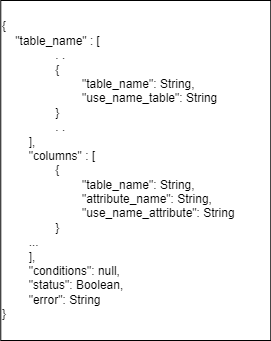
Rift343/COSMOS keeps this draw.io diagram as documentation/SyntaxicParserFile.drawio.png. Above is the earlier version. Source tidied: cells renumbered, new cells last; positions are measured from the earlier drawing's top-left corner, leaving out a move shared by most shapes.
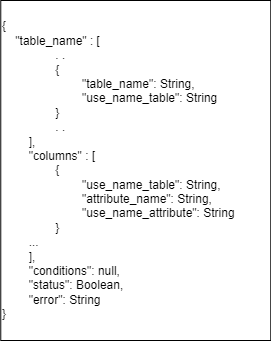
After the change.

Diff of the diagram source:
```diff
@@ -2,7 +2,7 @@
   <root>
     <mxCell id="0" />
     <mxCell id="1" parent="0" />
-    <mxCell id="2" value="&lt;div&gt;{&lt;/div&gt;&lt;div&gt;&lt;span style=&quot;white-space: pre;&quot;&gt;&amp;nbsp;&amp;nbsp;&amp;nbsp;&amp;nbsp;&lt;/span&gt;&quot;table_name&quot; : [&lt;/div&gt;&lt;div&gt;&lt;span style=&quot;white-space: pre;&quot;&gt;&#9;&lt;/span&gt;&lt;span style=&quot;white-space: pre;&quot;&gt;&#9;&lt;/span&gt;.&lt;span style=&quot;background-color: initial;&quot;&gt;&amp;nbsp;.&lt;/span&gt;&lt;/div&gt;&lt;div&gt;&lt;span style=&quot;background-color: initial;&quot;&gt;&lt;span style=&quot;white-space: pre;&quot;&gt;&#9;&lt;/span&gt;&lt;span style=&quot;white-space: pre;&quot;&gt;&#9;&lt;/span&gt;{&lt;/span&gt;&lt;/div&gt;&lt;div&gt;&lt;span style=&quot;background-color: initial;&quot;&gt;&lt;span style=&quot;white-space: pre;&quot;&gt;&#9;&lt;/span&gt;&lt;span style=&quot;white-space: pre;&quot;&gt;&#9;&lt;/span&gt;&lt;span style=&quot;white-space: pre;&quot;&gt;&#9;&lt;/span&gt;&quot;table_name&quot;: String,&lt;br&gt;&lt;/span&gt;&lt;/div&gt;&lt;div&gt;&lt;span style=&quot;background-color: initial;&quot;&gt;&lt;span style=&quot;white-space: pre;&quot;&gt;&#9;&lt;/span&gt;&lt;span style=&quot;white-space: pre;&quot;&gt;&#9;&lt;/span&gt;&lt;span style=&quot;white-space: pre;&quot;&gt;&#9;&lt;/span&gt;&quot;use_name_table&quot;: String&lt;br&gt;&lt;/span&gt;&lt;/div&gt;&lt;div&gt;&lt;span style=&quot;background-color: initial;&quot;&gt;&lt;span style=&quot;white-space: pre;&quot;&gt;&#9;&lt;/span&gt;&lt;span style=&quot;white-space: pre;&quot;&gt;&#9;&lt;/span&gt;}&lt;/span&gt;&lt;/div&gt;&lt;div&gt;&lt;span style=&quot;background-color: initial;&quot;&gt;&lt;span style=&quot;white-space: pre;&quot;&gt;&#9;&lt;/span&gt;&lt;span style=&quot;white-space: pre;&quot;&gt;&#9;&lt;/span&gt;. .&lt;/span&gt;&lt;/div&gt;&lt;div&gt;&lt;span style=&quot;background-color: initial;&quot;&gt;&lt;span style=&quot;white-space: pre;&quot;&gt;&#9;&lt;/span&gt;],&lt;/span&gt;&lt;/div&gt;&lt;div&gt;&lt;span style=&quot;white-space: pre;&quot;&gt;&#9;&lt;/span&gt;&quot;columns&quot; : [&lt;/div&gt;&lt;div&gt;&lt;span style=&quot;white-space: pre;&quot;&gt;&#9;&lt;span style=&quot;white-space: pre;&quot;&gt;&#9;&lt;/span&gt;&lt;/span&gt;{&lt;/div&gt;&lt;div&gt;&lt;span style=&quot;white-space: pre;&quot;&gt;&#9;&lt;span style=&quot;white-space: pre;&quot;&gt;&#9;&lt;/span&gt;&lt;/span&gt;&lt;span style=&quot;white-space: pre;&quot;&gt;&#9;&lt;/span&gt;&quot;table_name&quot;: String,&lt;/div&gt;&lt;div&gt;&lt;span style=&quot;white-space: pre;&quot;&gt;&#9;&lt;span style=&quot;white-space: pre;&quot;&gt;&#9;&lt;/span&gt;&lt;/span&gt;&lt;span style=&quot;white-space: pre;&quot;&gt;&#9;&lt;/span&gt;&quot;attribute_name&quot;: String,&lt;/div&gt;&lt;div&gt;&lt;span style=&quot;white-space: pre;&quot;&gt;&#9;&lt;span style=&quot;white-space: pre;&quot;&gt;&#9;&lt;/span&gt;&lt;/span&gt;&lt;span style=&quot;white-space: pre;&quot;&gt;&#9;&lt;/span&gt;&quot;use_name_attribute&quot;: String&lt;/div&gt;&lt;div&gt;&lt;span style=&quot;white-space: pre;&quot;&gt;&#9;&lt;span style=&quot;white-space: pre;&quot;&gt;&#9;&lt;/span&gt;&lt;/span&gt;}&lt;/div&gt;&lt;div&gt;&lt;span style=&quot;white-space: pre;&quot;&gt;&#9;&lt;/span&gt;...&lt;/div&gt;&lt;div&gt;&lt;span style=&quot;white-space: pre;&quot;&gt;&#9;&lt;/span&gt;],&lt;/div&gt;&lt;div&gt;&lt;span style=&quot;white-space: pre;&quot;&gt;&#9;&lt;/span&gt;&quot;conditions&quot;: null,&lt;/div&gt;&lt;div&gt;&lt;span style=&quot;white-space: pre;&quot;&gt;&#9;&lt;/span&gt;&quot;status&quot;: Boolean,&lt;/div&gt;&lt;div&gt;&lt;span style=&quot;white-space: pre;&quot;&gt;&#9;&lt;/span&gt;&quot;error&quot;: String&lt;/div&gt;&lt;div&gt;}&lt;/div&gt;" style="whiteSpace=wrap;html=1;align=left;" parent="1" vertex="1">
+    <mxCell id="2" value="&lt;div&gt;{&lt;/div&gt;&lt;div&gt;&lt;span style=&quot;white-space: pre;&quot;&gt;&amp;nbsp;&amp;nbsp;&amp;nbsp;&amp;nbsp;&lt;/span&gt;&quot;table_name&quot; : [&lt;/div&gt;&lt;div&gt;&lt;span style=&quot;white-space: pre;&quot;&gt;&#9;&lt;/span&gt;&lt;span style=&quot;white-space: pre;&quot;&gt;&#9;&lt;/span&gt;.&lt;span style=&quot;background-color: initial;&quot;&gt;&amp;nbsp;.&lt;/span&gt;&lt;/div&gt;&lt;div&gt;&lt;span style=&quot;background-color: initial;&quot;&gt;&lt;span style=&quot;white-space: pre;&quot;&gt;&#9;&lt;/span&gt;&lt;span style=&quot;white-space: pre;&quot;&gt;&#9;&lt;/span&gt;{&lt;/span&gt;&lt;/div&gt;&lt;div&gt;&lt;span style=&quot;background-color: initial;&quot;&gt;&lt;span style=&quot;white-space: pre;&quot;&gt;&#9;&lt;/span&gt;&lt;span style=&quot;white-space: pre;&quot;&gt;&#9;&lt;/span&gt;&lt;span style=&quot;white-space: pre;&quot;&gt;&#9;&lt;/span&gt;&quot;table_name&quot;: String,&lt;br&gt;&lt;/span&gt;&lt;/div&gt;&lt;div&gt;&lt;span style=&quot;background-color: initial;&quot;&gt;&lt;span style=&quot;white-space: pre;&quot;&gt;&#9;&lt;/span&gt;&lt;span style=&quot;white-space: pre;&quot;&gt;&#9;&lt;/span&gt;&lt;span style=&quot;white-space: pre;&quot;&gt;&#9;&lt;/span&gt;&quot;use_name_table&quot;: String&lt;br&gt;&lt;/span&gt;&lt;/div&gt;&lt;div&gt;&lt;span style=&quot;background-color: initial;&quot;&gt;&lt;span style=&quot;white-space: pre;&quot;&gt;&#9;&lt;/span&gt;&lt;span style=&quot;white-space: pre;&quot;&gt;&#9;&lt;/span&gt;}&lt;/span&gt;&lt;/div&gt;&lt;div&gt;&lt;span style=&quot;background-color: initial;&quot;&gt;&lt;span style=&quot;white-space: pre;&quot;&gt;&#9;&lt;/span&gt;&lt;span style=&quot;white-space: pre;&quot;&gt;&#9;&lt;/span&gt;. .&lt;/span&gt;&lt;/div&gt;&lt;div&gt;&lt;span style=&quot;background-color: initial;&quot;&gt;&lt;span style=&quot;white-space: pre;&quot;&gt;&#9;&lt;/span&gt;],&lt;/span&gt;&lt;/div&gt;&lt;div&gt;&lt;span style=&quot;white-space: pre;&quot;&gt;&#9;&lt;/span&gt;&quot;columns&quot; : [&lt;/div&gt;&lt;div&gt;&lt;span style=&quot;white-space: pre;&quot;&gt;&#9;&lt;span style=&quot;white-space: pre;&quot;&gt;&#9;&lt;/span&gt;&lt;/span&gt;{&lt;/div&gt;&lt;div&gt;&lt;span style=&quot;white-space: pre;&quot;&gt;&#9;&lt;span style=&quot;white-space: pre;&quot;&gt;&#9;&lt;/span&gt;&lt;/span&gt;&lt;span style=&quot;white-space: pre;&quot;&gt;&#9;&lt;/span&gt;&quot;use_name_table&quot;: String,&lt;/div&gt;&lt;div&gt;&lt;span style=&quot;white-space: pre;&quot;&gt;&#9;&lt;span style=&quot;white-space: pre;&quot;&gt;&#9;&lt;/span&gt;&lt;/span&gt;&lt;span style=&quot;white-space: pre;&quot;&gt;&#9;&lt;/span&gt;&quot;attribute_name&quot;: String,&lt;/div&gt;&lt;div&gt;&lt;span style=&quot;white-space: pre;&quot;&gt;&#9;&lt;span style=&quot;white-space: pre;&quot;&gt;&#9;&lt;/span&gt;&lt;/span&gt;&lt;span style=&quot;white-space: pre;&quot;&gt;&#9;&lt;/span&gt;&quot;use_name_attribute&quot;: String&lt;/div&gt;&lt;div&gt;&lt;span style=&quot;white-space: pre;&quot;&gt;&#9;&lt;span style=&quot;white-space: pre;&quot;&gt;&#9;&lt;/span&gt;&lt;/span&gt;}&lt;/div&gt;&lt;div&gt;&lt;span style=&quot;white-space: pre;&quot;&gt;&#9;&lt;/span&gt;...&lt;/div&gt;&lt;div&gt;&lt;span style=&quot;white-space: pre;&quot;&gt;&#9;&lt;/span&gt;],&lt;/div&gt;&lt;div&gt;&lt;span style=&quot;white-space: pre;&quot;&gt;&#9;&lt;/span&gt;&quot;conditions&quot;: null,&lt;/div&gt;&lt;div&gt;&lt;span style=&quot;white-space: pre;&quot;&gt;&#9;&lt;/span&gt;&quot;status&quot;: Boolean,&lt;/div&gt;&lt;div&gt;&lt;span style=&quot;white-space: pre;&quot;&gt;&#9;&lt;/span&gt;&quot;error&quot;: String&lt;/div&gt;&lt;div&gt;}&lt;/div&gt;" style="whiteSpace=wrap;html=1;align=left;" parent="1" vertex="1">
       <mxGeometry x="0.3" width="270" height="340" as="geometry" />
     </mxCell>
   </root>
```
